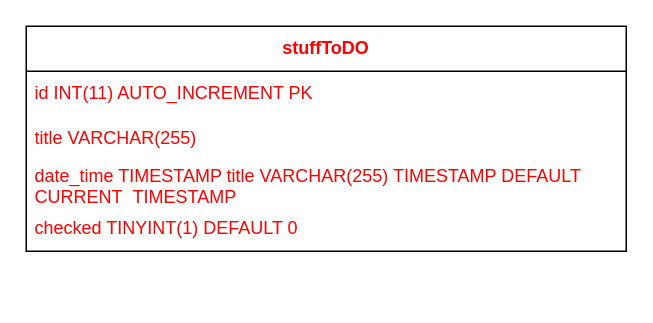
This is src/assets/er-diagram.drawio from chas-academy/u03-todo-Shah-Sabouri, a draw.io file, before an edit. Source tidied: cells renumbered, new cells numbered last; positions are measured from the earlier drawing's top-left corner, leaving out a move shared by most shapes. Both pictures are drawn from the tidied source at 150%, with x=0, y=0 at pixel (26, 26).
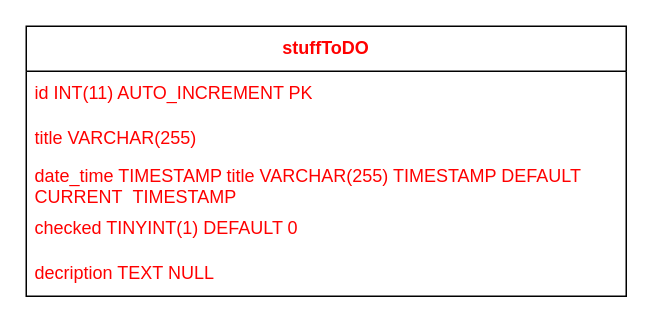
The same page after the edit.

The edit, as a diff of the source:
```diff
@@
 <mxGraphModel>
   <root>
     <mxCell id="0" />
     <mxCell id="1" parent="0" />
     <mxCell id="2" value="&lt;font color=&quot;#ff0000&quot;&gt;&lt;b&gt;stuffToDO&lt;/b&gt;&lt;/font&gt;" style="swimlane;fontStyle=0;horizontal=1;startSize=30;whiteSpace=wrap;html=1;" parent="1" vertex="1">
-      <mxGeometry width="400" height="150" as="geometry" />
+      <mxGeometry width="400" height="180" as="geometry" />
     </mxCell>
     <mxCell id="3" value="&lt;font color=&quot;#ff0000&quot;&gt;id INT(11) AUTO_INCREMENT PK&lt;/font&gt;" style="text;strokeColor=none;fillColor=none;align=left;verticalAlign=middle;spacingLeft=4;spacingRight=4;overflow=hidden;whiteSpace=wrap;html=1;" parent="2" vertex="1">
       <mxGeometry y="30" width="400" height="30" as="geometry" />
     </mxCell>
     <mxCell id="4" value="&lt;font color=&quot;#ff0000&quot;&gt;title VARCHAR(255)&lt;/font&gt;" style="text;strokeColor=none;fillColor=none;align=left;verticalAlign=middle;spacingLeft=4;spacingRight=4;overflow=hidden;whiteSpace=wrap;html=1;" parent="2" vertex="1">
       <mxGeometry y="60" width="400" height="30" as="geometry" />
     </mxCell>
     <mxCell id="5" value="&lt;font color=&quot;#ff0000&quot;&gt;date_time TIMESTAMP title VARCHAR(255) TIMESTAMP DEFAULT CURRENT_TIMESTAMP&lt;/font&gt;" style="text;strokeColor=none;fillColor=none;align=left;verticalAlign=middle;spacingLeft=4;spacingRight=4;overflow=hidden;whiteSpace=wrap;html=1;" parent="2" vertex="1">
       <mxGeometry y="90" width="400" height="30" as="geometry" />
     </mxCell>
     <mxCell id="6" value="&lt;font color=&quot;#ff0000&quot;&gt;checked TINYINT(1) DEFAULT 0&lt;/font&gt;" style="text;strokeColor=none;fillColor=none;align=left;verticalAlign=middle;spacingLeft=4;spacingRight=4;overflow=hidden;whiteSpace=wrap;html=1;" parent="2" vertex="1">
       <mxGeometry y="120" width="400" height="30" as="geometry" />
     </mxCell>
+    <mxCell id="7" value="&lt;font color=&quot;#ff0000&quot;&gt;decription TEXT NULL&lt;/font&gt;" style="text;strokeColor=none;fillColor=none;align=left;verticalAlign=middle;spacingLeft=4;spacingRight=4;overflow=hidden;whiteSpace=wrap;html=1;" parent="2" vertex="1">
+      <mxGeometry y="150" width="400" height="30" as="geometry" />
+    </mxCell>
   </root>
 </mxGraphModel>
```
